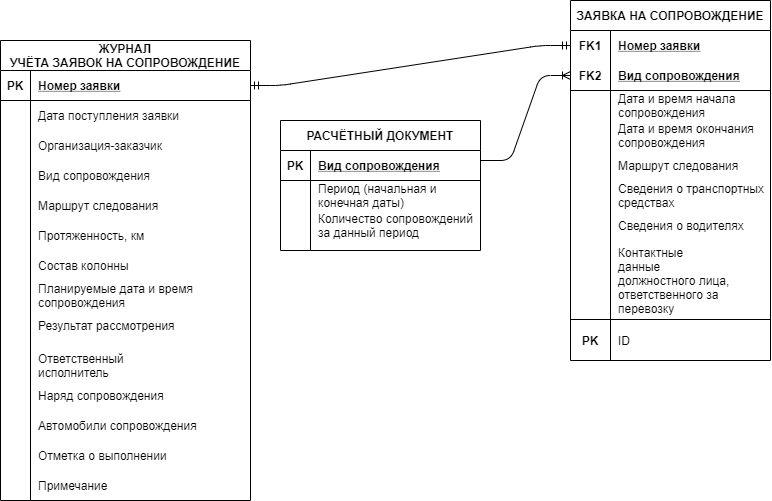
Before: ER-ДИАГРАММА.png, a diagram exported from draw.io (Anton80213/Project-diagrams). Source tidied: cells renumbered, new cells last; positions are measured from the earlier drawing's top-left corner, leaving out a move shared by most shapes.
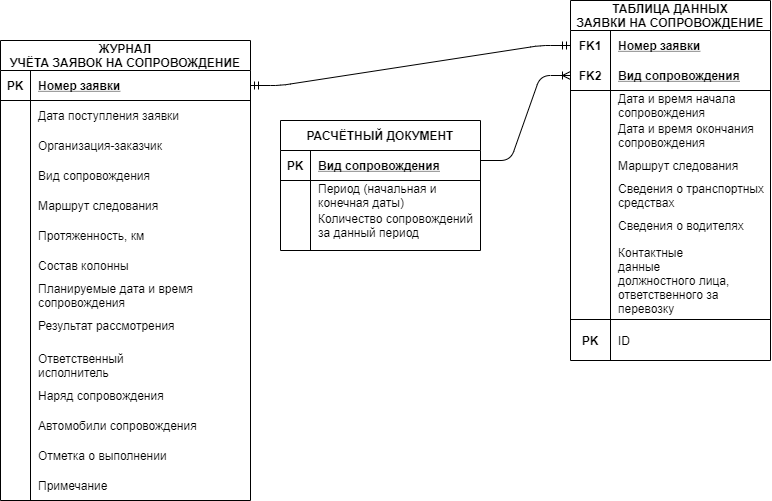
After the change.

Diff of the diagram source:
```diff
@@ -101,7 +101,7 @@
     <mxCell id="34" value="Примечание" style="shape=partialRectangle;fillColor=none;top=0;left=0;bottom=0;right=0;align=left;spacingLeft=6;overflow=hidden;fontFamily=Helvetica;" parent="1" vertex="1">
       <mxGeometry x="30" y="470" width="220" height="30" as="geometry" />
     </mxCell>
-    <mxCell id="35" value="ЗАЯВКА НА СОПРОВОЖДЕНИЕ" style="shape=table;startSize=30;rowLines=0;fontStyle=1;align=center;fontFamily=Helvetica;fontSize=12;" parent="1" vertex="1">
+    <mxCell id="35" value="ТАБЛИЦА ДАННЫХ &#10;ЗАЯВКИ НА СОПРОВОЖДЕНИЕ" style="shape=table;startSize=30;rowLines=0;fontStyle=1;align=center;fontFamily=Helvetica;fontSize=12;" parent="1" vertex="1">
       <mxGeometry x="570" width="200" height="360" as="geometry" />
     </mxCell>
     <mxCell id="36" style="shape=partialRectangle;fillColor=none;top=0;left=0;bottom=0;right=0;points=[[0,0.5],[1,0.5]];portConstraint=eastwest;" parent="35" vertex="1">
```
